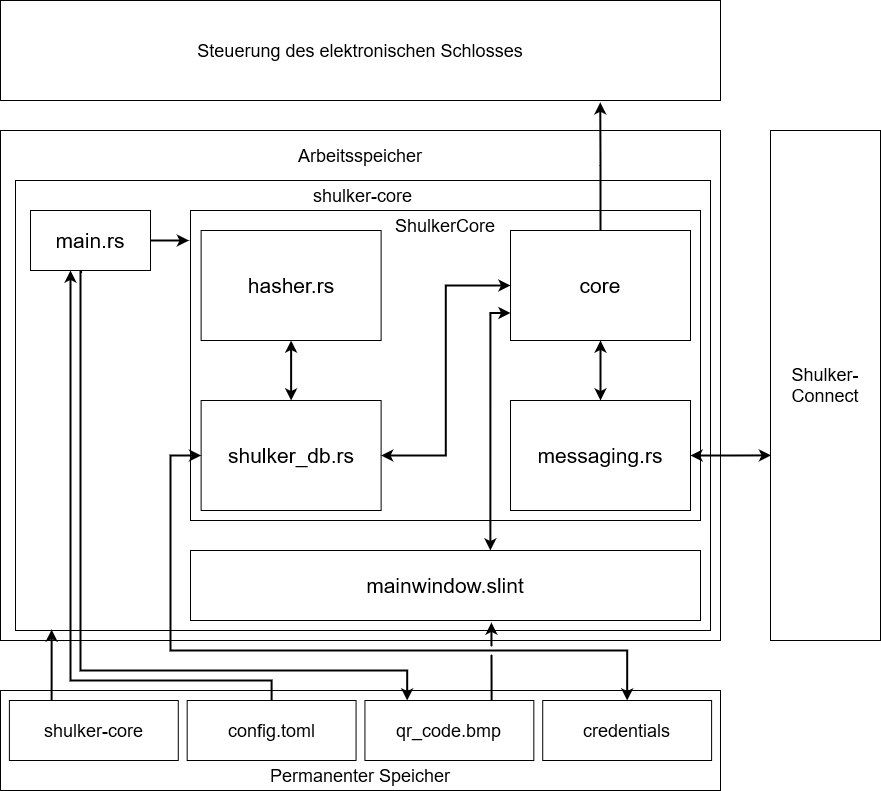
Earlier version of the draw.io export shulker-docs/images/core/informationsfluss.png (htl-anichstrasse/shulker). Source tidied: cells renumbered, new cells last; positions are measured from the earlier drawing's top-left corner, leaving out a move shared by most shapes.
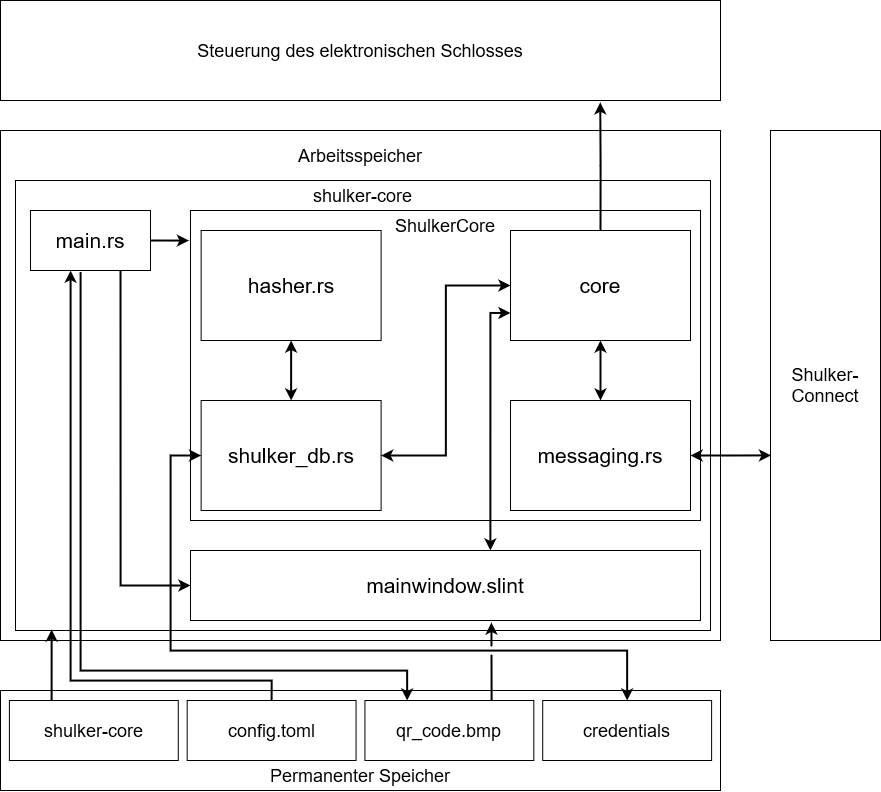
The same file after the commit.

The edit, as a diff of the source:
```diff
@@ -38,6 +38,9 @@
     <mxCell id="13" style="edgeStyle=orthogonalEdgeStyle;rounded=0;jettySize=auto;html=1;exitX=1;exitY=0.5;exitDx=0;exitDy=0;entryX=-0.003;entryY=0.096;entryDx=0;entryDy=0;entryPerimeter=0;startArrow=none;startFill=0;endArrow=classic;endFill=1;strokeWidth=2;" parent="1" edge="1" source="14" target="15">
       <mxGeometry relative="1" as="geometry" />
     </mxCell>
+    <mxCell id="36" style="edgeStyle=orthogonalEdgeStyle;rounded=0;jettySize=auto;html=1;exitX=0.75;exitY=1;exitDx=0;exitDy=0;entryX=0;entryY=0.5;entryDx=0;entryDy=0;strokeWidth=2;" parent="1" edge="1" source="14" target="24">
+      <mxGeometry relative="1" as="geometry" />
+    </mxCell>
     <mxCell id="14" value="&lt;font style=&quot;font-size: 21px&quot;&gt;main.rs&lt;/font&gt;" style="rounded=0;whiteSpace=wrap;html=1;" parent="1" vertex="1">
       <mxGeometry x="30" y="210" width="120" height="60" as="geometry" />
     </mxCell>
```
